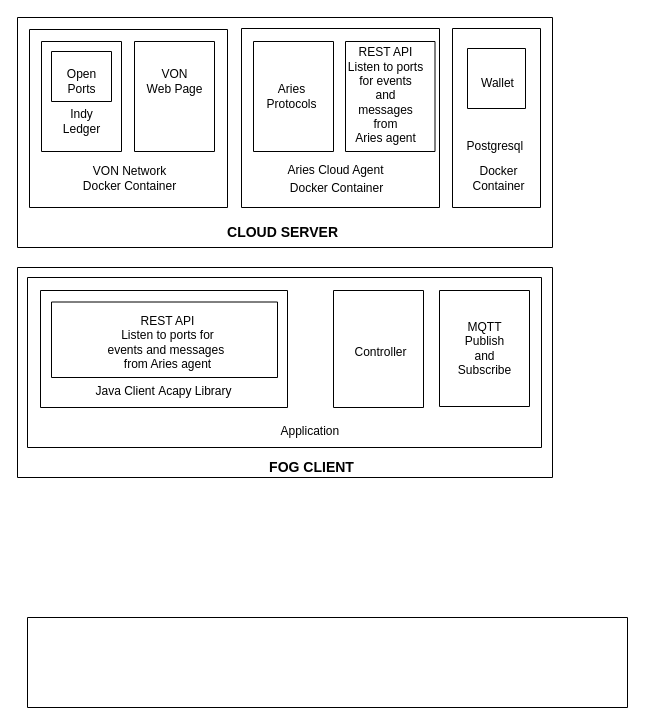
Earlier version of the draw.io diagram diagrams/Diagrama sem nome.drawio (cristiandossantos/diagrams). Source tidied: cells renumbered, new cells numbered last; positions are measured from the earlier drawing's top-left corner, leaving out a move shared by most shapes. Both pictures are drawn from the tidied source at 100%, with x=0, y=0 at pixel (17, 17).
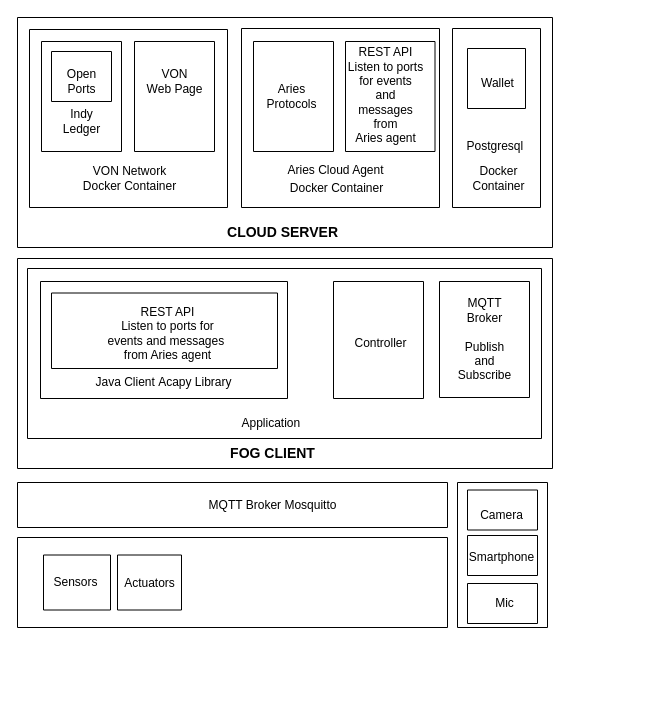
Above is the later version.

Unchanged cells that the change refers to:
```xml
<mxCell id="26" style="swimlane;startSize=0;" parent="24" vertex="1">
  <mxGeometry x="10" y="10" width="514" height="170" as="geometry" />
</mxCell>
<mxCell id="31" style="swimlane;startSize=0;" parent="26" vertex="1">
  <mxGeometry x="412" y="13" width="90" height="116" as="geometry" />
</mxCell>
```

Diff of the diagram source:
```diff
@@
     <mxCell id="23" style="swimlane;startSize=0;" parent="1" vertex="1">
-      <mxGeometry x="10" y="600" width="600" height="90" as="geometry" />
+      <mxGeometry y="465" width="430" height="45" as="geometry" />
     </mxCell>
+    <mxCell id="37" value="MQTT Broker Mosquitto" style="text;html=1;align=center;verticalAlign=middle;strokeColor=none;fillColor=none;" parent="23" vertex="1">
+      <mxGeometry x="180" y="7.5" width="150" height="30" as="geometry" />
+    </mxCell>
     <mxCell id="24" style="swimlane;startSize=0;" parent="1" vertex="1">
-      <mxGeometry y="250" width="535" height="210" as="geometry" />
+      <mxGeometry y="241" width="535" height="210" as="geometry" />
     </mxCell>
@@
     <mxCell id="27" value="Application&amp;nbsp;" style="text;html=1;align=center;verticalAlign=middle;strokeColor=none;fillColor=none;" parent="26" vertex="1">
-      <mxGeometry x="239" y="139" width="90" height="30" as="geometry" />
+      <mxGeometry x="200" y="140" width="90" height="30" as="geometry" />
     </mxCell>
@@
-    <mxCell id="32" value="MQTT &lt;br&gt;Publish &lt;br&gt;and &lt;br&gt;Subscribe" style="text;html=1;align=center;verticalAlign=middle;strokeColor=none;fillColor=none;" parent="31" vertex="1">
-      <mxGeometry x="5" y="23" width="80" height="70" as="geometry" />
+    <mxCell id="32" value="MQTT &lt;br&gt;Broker&lt;br&gt;&lt;br&gt;Publish &lt;br&gt;and &lt;br&gt;Subscribe" style="text;html=1;align=center;verticalAlign=middle;strokeColor=none;fillColor=none;" parent="31" vertex="1">
+      <mxGeometry x="5" y="8" width="80" height="100" as="geometry" />
     </mxCell>
@@
     <mxCell id="35" value="&lt;b&gt;&lt;font style=&quot;font-size: 14px;&quot;&gt;FOG CLIENT&lt;/font&gt;&lt;/b&gt;" style="text;html=1;align=center;verticalAlign=middle;strokeColor=none;fillColor=none;" parent="24" vertex="1">
-      <mxGeometry x="239" y="185" width="110" height="30" as="geometry" />
+      <mxGeometry x="200" y="180" width="110" height="30" as="geometry" />
     </mxCell>
@@
+    <mxCell id="38" style="swimlane;startSize=0;" parent="1" vertex="1">
+      <mxGeometry y="520" width="430" height="90" as="geometry" />
+    </mxCell>
+    <mxCell id="39" style="swimlane;startSize=0;" parent="38" vertex="1">
+      <mxGeometry x="26" y="17.5" width="67" height="55" as="geometry" />
+    </mxCell>
+    <mxCell id="40" value="Sensors" style="text;html=1;align=center;verticalAlign=middle;strokeColor=none;fillColor=none;" parent="39" vertex="1">
+      <mxGeometry x="-3" y="12.5" width="70" height="30" as="geometry" />
+    </mxCell>
+    <mxCell id="41" style="swimlane;startSize=0;" parent="38" vertex="1">
+      <mxGeometry x="100" y="17.5" width="64" height="55" as="geometry" />
+    </mxCell>
+    <mxCell id="42" value="Actuators" style="text;html=1;align=center;verticalAlign=middle;strokeColor=none;fillColor=none;" parent="41" vertex="1">
+      <mxGeometry x="-3" y="13.5" width="70" height="30" as="geometry" />
+    </mxCell>
+    <mxCell id="43" style="swimlane;startSize=0;" parent="1" vertex="1">
+      <mxGeometry x="440" y="465" width="90" height="145" as="geometry" />
+    </mxCell>
+    <mxCell id="44" style="swimlane;startSize=0;" parent="43" vertex="1">
+      <mxGeometry x="10" y="7.5" width="70" height="40" as="geometry" />
+    </mxCell>
+    <mxCell id="45" value="Camera" style="text;html=1;align=center;verticalAlign=middle;strokeColor=none;fillColor=none;" parent="44" vertex="1">
+      <mxGeometry x="-1" y="10" width="70" height="30" as="geometry" />
+    </mxCell>
+    <mxCell id="46" style="swimlane;startSize=0;" parent="43" vertex="1">
+      <mxGeometry x="10" y="53" width="70" height="40" as="geometry" />
+    </mxCell>
+    <mxCell id="47" value="Smartphone" style="text;html=1;align=center;verticalAlign=middle;strokeColor=none;fillColor=none;" parent="46" vertex="1">
+      <mxGeometry x="-11" y="6.5" width="90" height="30" as="geometry" />
+    </mxCell>
+    <mxCell id="48" style="swimlane;startSize=0;" parent="43" vertex="1">
+      <mxGeometry x="10" y="101" width="70" height="40" as="geometry" />
+    </mxCell>
+    <mxCell id="49" value="Mic" style="text;html=1;align=center;verticalAlign=middle;strokeColor=none;fillColor=none;" parent="48" vertex="1">
+      <mxGeometry x="17" y="5" width="40" height="30" as="geometry" />
+    </mxCell>
```
